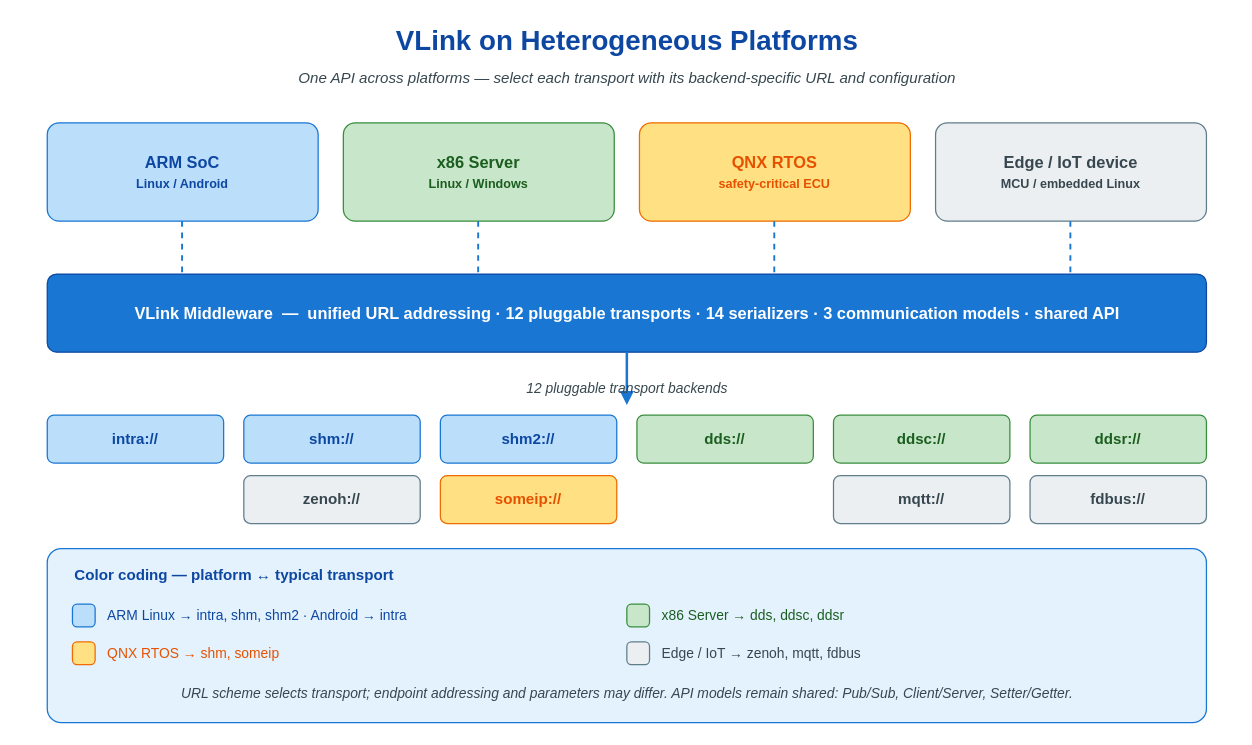
Above: doc/images/foreword-heterogeneous-platform.drawio in thun-res/vlink (draw.io), before the change. Source tidied: cells renumbered, new cells numbered last; positions are measured from the earlier drawing's top-left corner, leaving out a move shared by most shapes. Both pictures are drawn from the tidied source at 126%, with x=0, y=0 at pixel (21, 21).
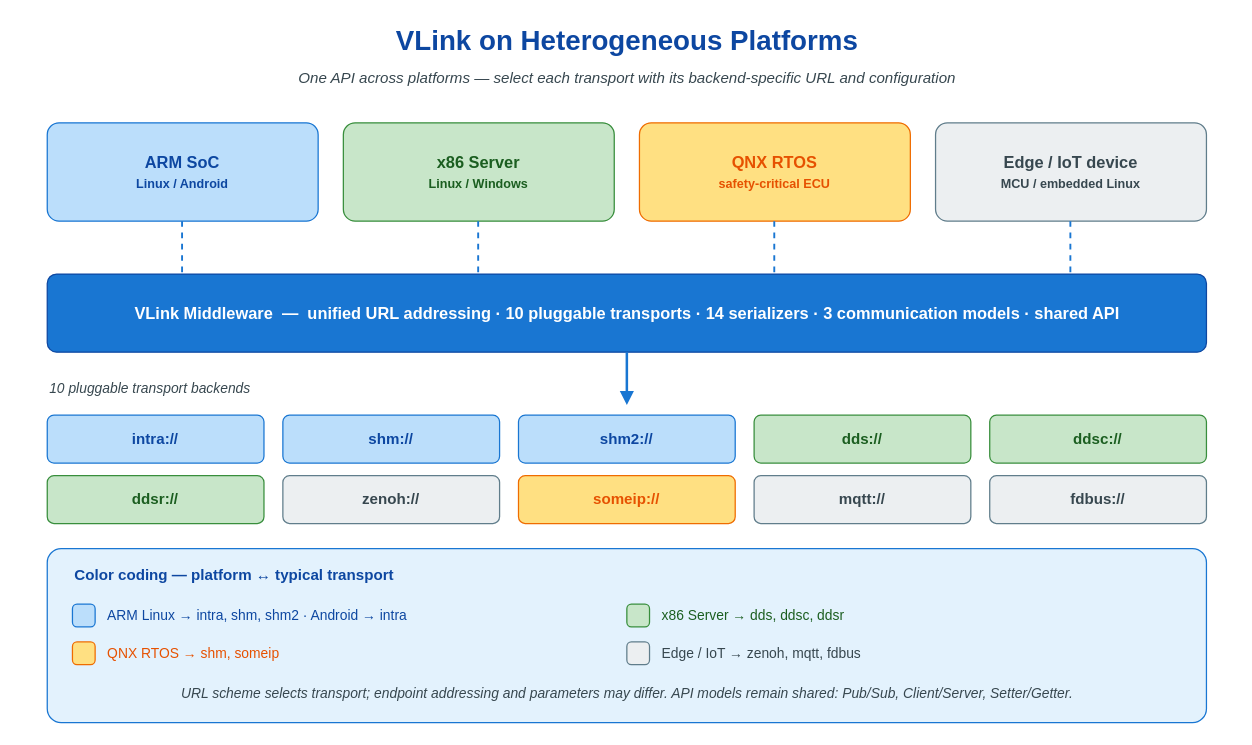
The same page after the edit.

What changed in the source:
```diff
@@
-    <mxCell id="13" value="&lt;b&gt;VLink Middleware&lt;/b&gt;  —  unified URL addressing · 12 pluggable transports · 14 serializers · 3 communication models · shared API" style="text;html=1;align=center;verticalAlign=middle;strokeColor=none;fillColor=none;fontFamily=Helvetica;fontSize=13;fontStyle=1;fontColor=#ffffff;" parent="1" vertex="1">
+    <mxCell id="13" value="&lt;b&gt;VLink Middleware&lt;/b&gt;  —  unified URL addressing · 10 pluggable transports · 14 serializers · 3 communication models · shared API" style="text;html=1;align=center;verticalAlign=middle;strokeColor=none;fillColor=none;fontFamily=Helvetica;fontSize=13;fontStyle=1;fontColor=#ffffff;" parent="1" vertex="1">
       <mxGeometry x="30" y="200" width="900" height="62" as="geometry" />
     </mxCell>
@@
-    <mxCell id="15" value="12 pluggable transport backends" style="text;html=1;align=center;verticalAlign=middle;strokeColor=none;fillColor=none;fontFamily=Helvetica;fontSize=11;fontStyle=2;fontColor=#37474f;" parent="1" vertex="1">
-      <mxGeometry x="20" y="280" width="920" height="22" as="geometry" />
+    <mxCell id="15" value="10 pluggable transport backends" style="text;html=1;align=left;verticalAlign=middle;strokeColor=none;fillColor=none;fontFamily=Helvetica;fontSize=11;fontStyle=2;fontColor=#37474f;" parent="1" vertex="1">
+      <mxGeometry x="20" y="280" width="300" height="22" as="geometry" />
     </mxCell>
     <mxCell id="16" value="intra://" style="rounded=1;whiteSpace=wrap;html=1;fillColor=#bbdefb;strokeColor=#1976d2;fontFamily=Helvetica;fontSize=12;fontStyle=1;fontColor=#0d47a1;shadow=0;verticalAlign=middle;align=center;arcSize=14;" parent="1" vertex="1">
-      <mxGeometry x="20" y="312" width="140" height="38" as="geometry" />
+      <mxGeometry x="20" y="312" width="172" height="38" as="geometry" />
     </mxCell>
     <mxCell id="17" value="shm://" style="rounded=1;whiteSpace=wrap;html=1;fillColor=#bbdefb;strokeColor=#1976d2;fontFamily=Helvetica;fontSize=12;fontStyle=1;fontColor=#0d47a1;shadow=0;verticalAlign=middle;align=center;arcSize=14;" parent="1" vertex="1">
-      <mxGeometry x="176" y="312" width="140" height="38" as="geometry" />
+      <mxGeometry x="207" y="312" width="172" height="38" as="geometry" />
     </mxCell>
     <mxCell id="18" value="shm2://" style="rounded=1;whiteSpace=wrap;html=1;fillColor=#bbdefb;strokeColor=#1976d2;fontFamily=Helvetica;fontSize=12;fontStyle=1;fontColor=#0d47a1;shadow=0;verticalAlign=middle;align=center;arcSize=14;" parent="1" vertex="1">
-      <mxGeometry x="332" y="312" width="140" height="38" as="geometry" />
+      <mxGeometry x="394" y="312" width="172" height="38" as="geometry" />
     </mxCell>
     <mxCell id="19" value="dds://" style="rounded=1;whiteSpace=wrap;html=1;fillColor=#c8e6c9;strokeColor=#388e3c;fontFamily=Helvetica;fontSize=12;fontStyle=1;fontColor=#1b5e20;shadow=0;verticalAlign=middle;align=center;arcSize=14;" parent="1" vertex="1">
-      <mxGeometry x="488" y="312" width="140" height="38" as="geometry" />
+      <mxGeometry x="581" y="312" width="172" height="38" as="geometry" />
     </mxCell>
     <mxCell id="20" value="ddsc://" style="rounded=1;whiteSpace=wrap;html=1;fillColor=#c8e6c9;strokeColor=#388e3c;fontFamily=Helvetica;fontSize=12;fontStyle=1;fontColor=#1b5e20;shadow=0;verticalAlign=middle;align=center;arcSize=14;" parent="1" vertex="1">
-      <mxGeometry x="644" y="312" width="140" height="38" as="geometry" />
+      <mxGeometry x="768" y="312" width="172" height="38" as="geometry" />
     </mxCell>
     <mxCell id="21" value="ddsr://" style="rounded=1;whiteSpace=wrap;html=1;fillColor=#c8e6c9;strokeColor=#388e3c;fontFamily=Helvetica;fontSize=12;fontStyle=1;fontColor=#1b5e20;shadow=0;verticalAlign=middle;align=center;arcSize=14;" parent="1" vertex="1">
-      <mxGeometry x="800" y="312" width="140" height="38" as="geometry" />
+      <mxGeometry x="20" y="360" width="172" height="38" as="geometry" />
     </mxCell>
     <mxCell id="22" value="zenoh://" style="rounded=1;whiteSpace=wrap;html=1;fillColor=#eceff1;strokeColor=#607d8b;fontFamily=Helvetica;fontSize=12;fontStyle=1;fontColor=#37474f;shadow=0;verticalAlign=middle;align=center;arcSize=14;" parent="1" vertex="1">
-      <mxGeometry x="176" y="360" width="140" height="38" as="geometry" />
+      <mxGeometry x="207" y="360" width="172" height="38" as="geometry" />
     </mxCell>
     <mxCell id="23" value="someip://" style="rounded=1;whiteSpace=wrap;html=1;fillColor=#ffe082;strokeColor=#ef6c00;fontFamily=Helvetica;fontSize=12;fontStyle=1;fontColor=#e65100;shadow=0;verticalAlign=middle;align=center;arcSize=14;" parent="1" vertex="1">
-      <mxGeometry x="332" y="360" width="140" height="38" as="geometry" />
+      <mxGeometry x="394" y="360" width="172" height="38" as="geometry" />
     </mxCell>
     <mxCell id="24" value="mqtt://" style="rounded=1;whiteSpace=wrap;html=1;fillColor=#eceff1;strokeColor=#607d8b;fontFamily=Helvetica;fontSize=12;fontStyle=1;fontColor=#37474f;shadow=0;verticalAlign=middle;align=center;arcSize=14;" parent="1" vertex="1">
-      <mxGeometry x="644" y="360" width="140" height="38" as="geometry" />
+      <mxGeometry x="581" y="360" width="172" height="38" as="geometry" />
     </mxCell>
     <mxCell id="25" value="fdbus://" style="rounded=1;whiteSpace=wrap;html=1;fillColor=#eceff1;strokeColor=#607d8b;fontFamily=Helvetica;fontSize=12;fontStyle=1;fontColor=#37474f;shadow=0;verticalAlign=middle;align=center;arcSize=14;" parent="1" vertex="1">
-      <mxGeometry x="800" y="360" width="140" height="38" as="geometry" />
+      <mxGeometry x="768" y="360" width="172" height="38" as="geometry" />
     </mxCell>
```
